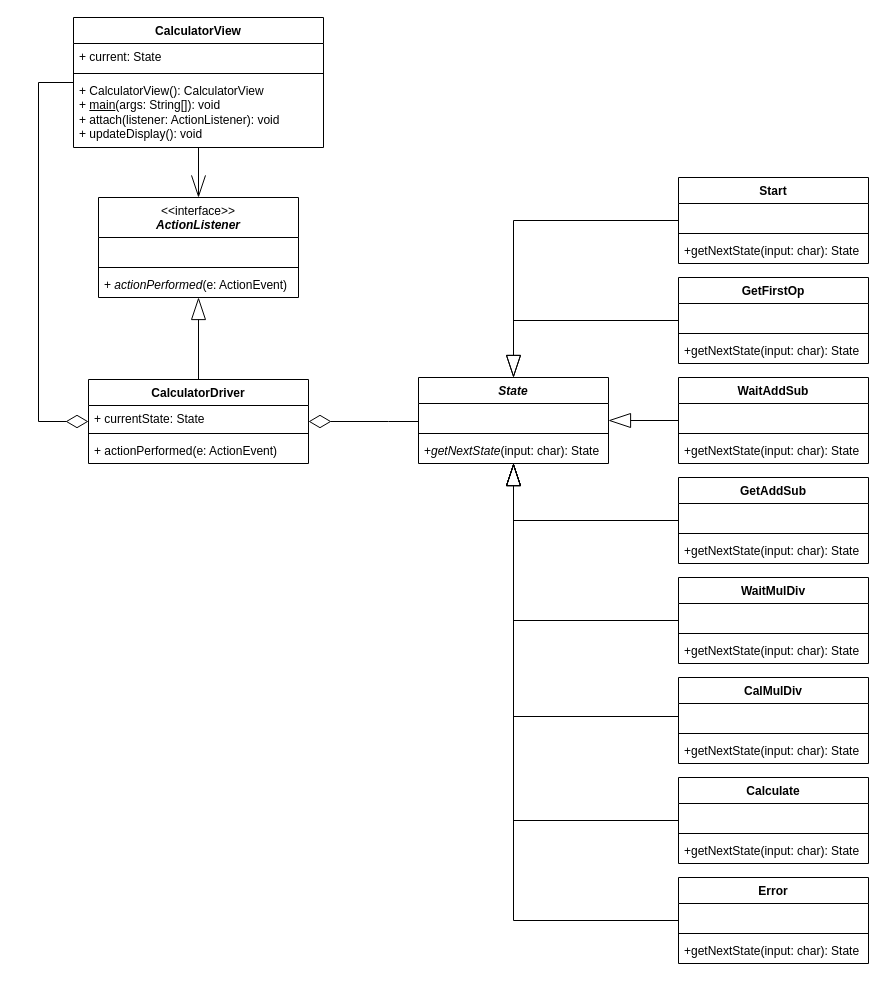
This is Assignment 4/Calculator Class Diagram.drawio from slamjam02/SE311-Homeworks, a draw.io file, before an edit. Source tidied: cells renumbered, new cells numbered last; positions are measured from the earlier drawing's top-left corner, leaving out a move shared by most shapes. Both pictures are drawn from the tidied source at 100%, with x=0, y=0 at pixel (38, 17).
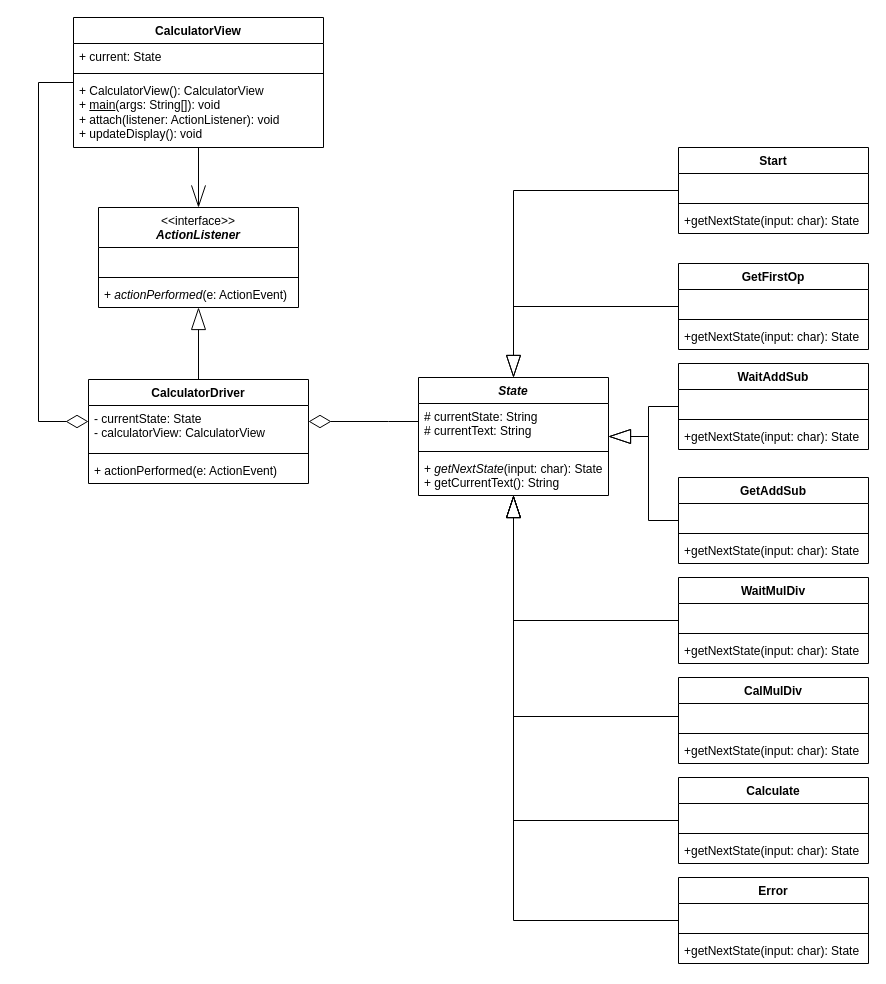
The same diagram, later.

Commit message (it also covers changes not shown here):
WIP finite state machine

Change to the diagram source:
```diff
@@
     <mxCell id="3" value="CalculatorDriver" style="swimlane;fontStyle=1;align=center;verticalAlign=top;horizontal=1;startSize=26;whiteSpace=wrap;html=1;" parent="1" vertex="1">
-      <mxGeometry x="50" y="362" width="220" height="84" as="geometry" />
+      <mxGeometry x="50" y="362" width="220" height="104" as="geometry" />
     </mxCell>
-    <mxCell id="4" value="+ currentState: State" style="text;strokeColor=none;fillColor=none;align=left;verticalAlign=top;spacingLeft=4;spacingRight=4;overflow=hidden;whiteSpace=wrap;html=1;" parent="3" vertex="1">
-      <mxGeometry y="26" width="220" height="24" as="geometry" />
+    <mxCell id="4" value="- currentState: State&lt;div&gt;- calculatorView: CalculatorView&lt;/div&gt;" style="text;strokeColor=none;fillColor=none;align=left;verticalAlign=top;spacingLeft=4;spacingRight=4;overflow=hidden;whiteSpace=wrap;html=1;" parent="3" vertex="1">
+      <mxGeometry y="26" width="220" height="44" as="geometry" />
     </mxCell>
     <mxCell id="5" style="line;strokeWidth=1;fillColor=none;align=left;verticalAlign=middle;spacingTop=-1;spacingLeft=3;spacingRight=3;labelPosition=right;strokeColor=inherit;" parent="3" vertex="1">
-      <mxGeometry y="50" width="220" height="8" as="geometry" />
+      <mxGeometry y="70" width="220" height="8" as="geometry" />
     </mxCell>
     <mxCell id="6" value="+&amp;nbsp;actionPerformed(e: ActionEvent)" style="text;strokeColor=none;fillColor=none;align=left;verticalAlign=top;spacingLeft=4;spacingRight=4;overflow=hidden;whiteSpace=wrap;html=1;" parent="3" vertex="1">
-      <mxGeometry y="58" width="220" height="26" as="geometry" />
+      <mxGeometry y="78" width="220" height="26" as="geometry" />
     </mxCell>
@@
     <mxCell id="8" value="&lt;i&gt;State&lt;/i&gt;" style="swimlane;fontStyle=1;align=center;verticalAlign=top;horizontal=1;startSize=26;whiteSpace=wrap;html=1;" parent="1" vertex="1">
-      <mxGeometry x="380" y="360" width="190" height="86" as="geometry" />
+      <mxGeometry x="380" y="360" width="190" height="118" as="geometry" />
     </mxCell>
-    <mxCell id="9" value="&amp;nbsp;" style="text;strokeColor=none;fillColor=none;align=left;verticalAlign=top;spacingLeft=4;spacingRight=4;overflow=hidden;whiteSpace=wrap;html=1;" parent="8" vertex="1">
-      <mxGeometry y="26" width="190" height="26" as="geometry" />
+    <mxCell id="9" value="# currentState: String&lt;div&gt;# currentText: String&lt;/div&gt;" style="text;strokeColor=none;fillColor=none;align=left;verticalAlign=top;spacingLeft=4;spacingRight=4;overflow=hidden;whiteSpace=wrap;html=1;" parent="8" vertex="1">
+      <mxGeometry y="26" width="190" height="44" as="geometry" />
     </mxCell>
     <mxCell id="10" style="line;strokeWidth=1;fillColor=none;align=left;verticalAlign=middle;spacingTop=-1;spacingLeft=3;spacingRight=3;labelPosition=right;strokeColor=inherit;" parent="8" vertex="1">
-      <mxGeometry y="52" width="190" height="8" as="geometry" />
+      <mxGeometry y="70" width="190" height="8" as="geometry" />
     </mxCell>
-    <mxCell id="11" value="+&lt;i&gt;getNextState&lt;/i&gt;(input: char): State" style="text;strokeColor=none;fillColor=none;align=left;verticalAlign=top;spacingLeft=4;spacingRight=4;overflow=hidden;whiteSpace=wrap;html=1;" parent="8" vertex="1">
-      <mxGeometry y="60" width="190" height="26" as="geometry" />
+    <mxCell id="11" value="+&amp;nbsp;&lt;i&gt;getNextState&lt;/i&gt;(input: char): State&lt;div&gt;+ getCurrentText(): String&lt;/div&gt;" style="text;strokeColor=none;fillColor=none;align=left;verticalAlign=top;spacingLeft=4;spacingRight=4;overflow=hidden;whiteSpace=wrap;html=1;" parent="8" vertex="1">
+      <mxGeometry y="78" width="190" height="40" as="geometry" />
     </mxCell>
@@
     <mxCell id="13" value="Start" style="swimlane;fontStyle=1;align=center;verticalAlign=top;horizontal=1;startSize=26;whiteSpace=wrap;html=1;" parent="1" vertex="1">
-      <mxGeometry x="640" y="160" width="190" height="86" as="geometry" />
+      <mxGeometry x="640" y="130" width="190" height="86" as="geometry" />
     </mxCell>
@@
     <mxCell id="18" value="GetFirstOp" style="swimlane;fontStyle=1;align=center;verticalAlign=top;horizontal=1;startSize=26;whiteSpace=wrap;html=1;" parent="1" vertex="1">
-      <mxGeometry x="640" y="260" width="190" height="86" as="geometry" />
+      <mxGeometry x="640" y="246" width="190" height="86" as="geometry" />
     </mxCell>
@@
     <mxCell id="23" value="WaitAddSub" style="swimlane;fontStyle=1;align=center;verticalAlign=top;horizontal=1;startSize=26;whiteSpace=wrap;html=1;" parent="1" vertex="1">
-      <mxGeometry x="640" y="360" width="190" height="86" as="geometry" />
+      <mxGeometry x="640" y="346" width="190" height="86" as="geometry" />
     </mxCell>
@@
     <mxCell id="58" value="&lt;span style=&quot;font-weight: normal;&quot;&gt;&amp;lt;&amp;lt;interface&amp;gt;&amp;gt;&lt;br&gt;&lt;/span&gt;&lt;i&gt;ActionListener&lt;/i&gt;" style="swimlane;fontStyle=1;align=center;verticalAlign=top;horizontal=1;startSize=40;whiteSpace=wrap;html=1;" parent="1" vertex="1">
-      <mxGeometry x="60" y="180" width="200" height="100" as="geometry" />
+      <mxGeometry x="60" y="190" width="200" height="100" as="geometry" />
     </mxCell>
```
